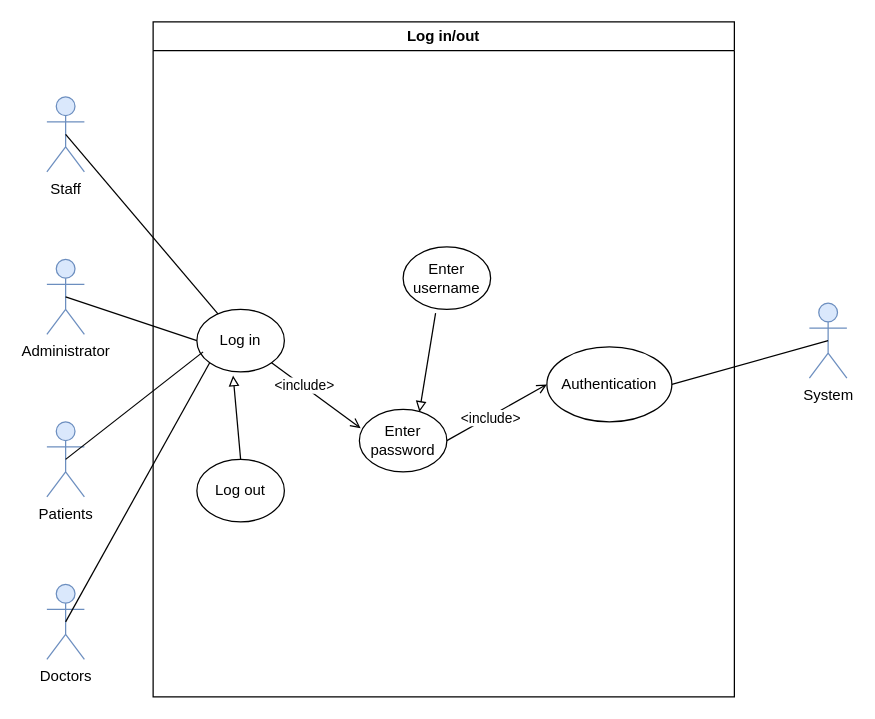
The draw.io diagram login.drawio in IndecentTulip/Online-Health-Monitoring-System, before the edit. Source tidied: cells renumbered, new cells numbered last; positions are measured from the earlier drawing's top-left corner, leaving out a move shared by most shapes. Both pictures are drawn from the tidied source at 125%, with x=0, y=0 at pixel (46, 21).
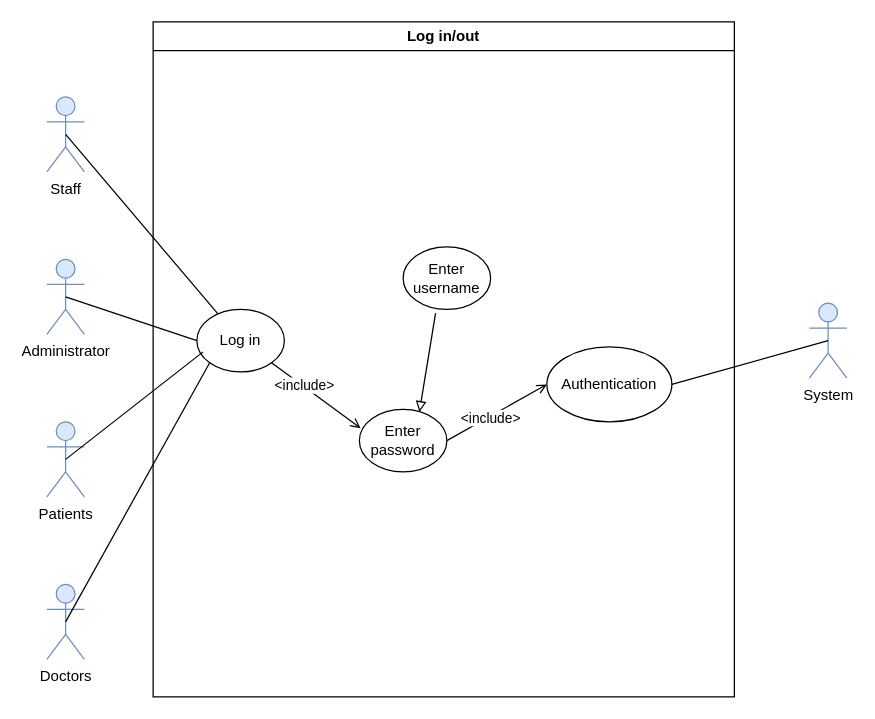
The same diagram, later.

Unchanged cells that the change refers to:
```xml
<mxCell id="2" value="Log in" style="ellipse;whiteSpace=wrap;html=1;" parent="1" vertex="1">
  <mxGeometry x="120" y="230" width="70" height="50" as="geometry" />
</mxCell>
```

The edit, as a diff of the source:
```diff
@@
-    <mxCell id="7" value="&lt;div&gt;Log out&lt;/div&gt;" style="ellipse;whiteSpace=wrap;html=1;" parent="1" vertex="1">
-      <mxGeometry x="120" y="350" width="70" height="50" as="geometry" />
-    </mxCell>
@@
-    <mxCell id="17" style="endArrow=none;html=1;rounded=0;entryX=0.5;entryY=0;entryDx=0;entryDy=0;exitX=0.414;exitY=1.06;exitDx=0;exitDy=0;exitPerimeter=0;startArrow=block;startFill=0;" parent="1" edge="1" source="2" target="7">
-      <mxGeometry relative="1" as="geometry" />
-    </mxCell>
```
